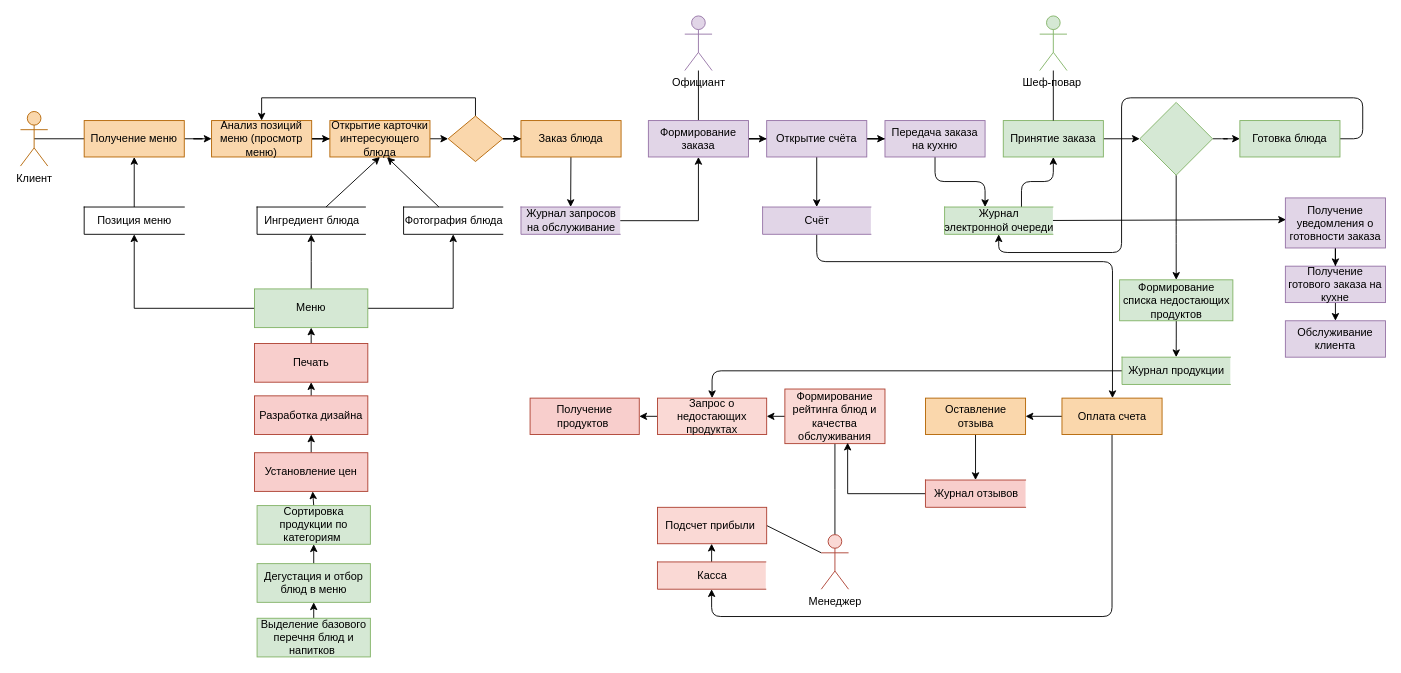
Earlier version of the draw.io diagram DFD-diagram.drawio (maria-kuchina262002/mypracticework). Source tidied: cells renumbered, new cells numbered last; positions are measured from the earlier drawing's top-left corner, leaving out a move shared by most shapes. Both pictures are drawn from the tidied source at 91%, with x=0, y=0 at pixel (20, 15).
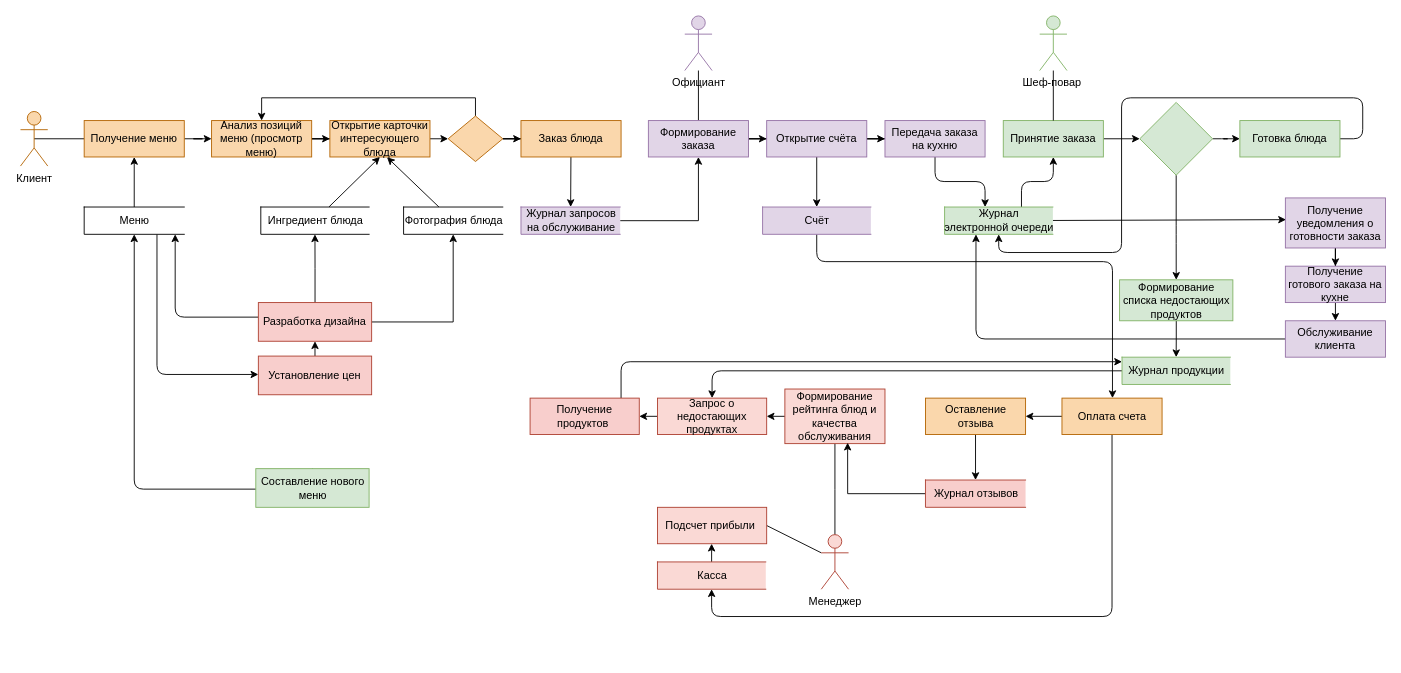
The same diagram, later.

Unchanged cells that the change refers to:
```xml
<mxCell id="30" value="Обслуживание клиента" style="rounded=0;whiteSpace=wrap;html=1;fillColor=#e1d5e7;strokeColor=#9673a6;" parent="1" vertex="1">
  <mxGeometry x="1390" y="335" width="110" height="40" as="geometry" />
</mxCell>
<mxCell id="44" value="&lt;span style=&quot;font-weight: normal&quot;&gt;Получение продуктов&amp;nbsp;&lt;/span&gt;" style="rounded=0;whiteSpace=wrap;html=1;fillColor=#f8cecc;strokeColor=#ae4132;fontStyle=1;" parent="1" vertex="1">
  <mxGeometry x="560" y="420" width="120" height="40" as="geometry" />
</mxCell>
<mxCell id="51" value="Фотография блюда" style="html=1;dashed=0;whitespace=wrap;shape=partialRectangle;right=0;" parent="1" vertex="1">
  <mxGeometry x="421" y="210" width="109" height="30" as="geometry" />
</mxCell>
<mxCell id="57" value="Журнал &lt;br&gt;электронной очереди" style="html=1;dashed=0;whitespace=wrap;shape=partialRectangle;right=0;fillColor=#d5e8d4;strokeColor=#82b366;" parent="1" vertex="1">
  <mxGeometry x="1015.5" y="210" width="119" height="30" as="geometry" />
</mxCell>
<mxCell id="68" value="Журнал продукции" style="html=1;dashed=0;whitespace=wrap;shape=partialRectangle;right=0;fillColor=#d5e8d4;strokeColor=#82b366;" parent="1" vertex="1">
  <mxGeometry x="1210.5" y="375" width="119" height="30" as="geometry" />
</mxCell>
```

Diff of the diagram source:
```diff
@@
+    <mxCell id="90" style="edgeStyle=orthogonalEdgeStyle;rounded=1;jettySize=auto;html=1;" parent="1" edge="1" source="30" target="57">
+      <mxGeometry relative="1" as="geometry">
+        <Array as="points">
+          <mxPoint x="1050" y="355" />
+        </Array>
+      </mxGeometry>
+    </mxCell>
@@
+    <mxCell id="91" style="edgeStyle=orthogonalEdgeStyle;rounded=1;jettySize=auto;html=1;" parent="1" edge="1" source="44" target="68">
+      <mxGeometry relative="1" as="geometry">
+        <Array as="points">
+          <mxPoint x="660" y="380" />
+        </Array>
+      </mxGeometry>
+    </mxCell>
@@
+    <mxCell id="92" style="edgeStyle=orthogonalEdgeStyle;rounded=1;jettySize=auto;html=1;" parent="1" edge="1" source="47" target="81">
+      <mxGeometry relative="1" as="geometry">
+        <Array as="points">
+          <mxPoint x="150" y="394" />
+        </Array>
+      </mxGeometry>
+    </mxCell>
-    <mxCell id="47" value="Позиция меню" style="html=1;dashed=0;whitespace=wrap;shape=partialRectangle;right=0;" parent="1" vertex="1">
+    <mxCell id="47" value="Меню" style="html=1;dashed=0;whitespace=wrap;shape=partialRectangle;right=0;" parent="1" vertex="1">
       <mxGeometry x="70" y="210" width="110" height="30" as="geometry" />
     </mxCell>
@@
     <mxCell id="49" value="Ингредиент блюда" style="html=1;dashed=0;whitespace=wrap;shape=partialRectangle;right=0;" parent="1" vertex="1">
-      <mxGeometry x="260" y="210" width="119" height="30" as="geometry" />
+      <mxGeometry x="264.1" y="210" width="119" height="30" as="geometry" />
     </mxCell>
@@
-    <mxCell id="71" style="edgeStyle=orthogonalEdgeStyle;rounded=0;jettySize=auto;html=1;startArrow=none;startFill=0;endArrow=classic;endFill=1;" parent="1" edge="1" source="74" target="49">
+    <mxCell id="71" style="edgeStyle=orthogonalEdgeStyle;rounded=0;jettySize=auto;html=1;startArrow=none;startFill=0;endArrow=classic;endFill=1;" parent="1" edge="1" source="87" target="49">
       <mxGeometry relative="1" as="geometry" />
     </mxCell>
-    <mxCell id="72" style="edgeStyle=orthogonalEdgeStyle;rounded=0;jettySize=auto;html=1;entryX=0.5;entryY=1;entryDx=0;entryDy=0;startArrow=none;startFill=0;endArrow=classic;endFill=1;" parent="1" edge="1" source="74" target="47">
-      <mxGeometry relative="1" as="geometry" />
+    <mxCell id="72" style="edgeStyle=orthogonalEdgeStyle;rounded=1;jettySize=auto;html=1;startArrow=none;startFill=0;endArrow=classic;endFill=1;" parent="1" edge="1" source="87" target="47">
+      <mxGeometry relative="1" as="geometry">
+        <Array as="points">
+          <mxPoint x="170" y="331" />
+        </Array>
+      </mxGeometry>
     </mxCell>
-    <mxCell id="73" style="edgeStyle=orthogonalEdgeStyle;rounded=0;jettySize=auto;html=1;entryX=0.5;entryY=1;entryDx=0;entryDy=0;startArrow=none;startFill=0;endArrow=classic;endFill=1;" parent="1" edge="1" source="74" target="51">
+    <mxCell id="73" style="edgeStyle=orthogonalEdgeStyle;rounded=0;jettySize=auto;html=1;entryX=0.5;entryY=1;entryDx=0;entryDy=0;startArrow=none;startFill=0;endArrow=classic;endFill=1;" parent="1" edge="1" source="87" target="51">
       <mxGeometry relative="1" as="geometry" />
     </mxCell>
-    <mxCell id="74" value="Меню" style="rounded=0;whiteSpace=wrap;html=1;fillColor=#d5e8d4;strokeColor=#82b366;" parent="1" vertex="1">
-      <mxGeometry x="257.2" y="300" width="124.5" height="42.5" as="geometry" />
-    </mxCell>
@@
-    <mxCell id="78" style="edgeStyle=none;rounded=1;jettySize=auto;html=1;exitX=0.5;exitY=0;exitDx=0;exitDy=0;entryX=0.5;entryY=1;entryDx=0;entryDy=0;" parent="1" edge="1" source="79" target="83">
-      <mxGeometry relative="1" as="geometry" />
-    </mxCell>
-    <mxCell id="79" value="Дегустация и отбор блюд в меню" style="rounded=0;whiteSpace=wrap;html=1;fillColor=#d5e8d4;strokeColor=#82b366;" parent="1" vertex="1">
-      <mxGeometry x="260" y="601.9" width="124.5" height="42.5" as="geometry" />
-    </mxCell>
@@
     <mxCell id="81" value="Установление цен" style="rounded=0;whiteSpace=wrap;html=1;fillColor=#f8cecc;strokeColor=#ae4132;" parent="1" vertex="1">
-      <mxGeometry x="257.2" y="480" width="124.5" height="42.5" as="geometry" />
+      <mxGeometry x="261.4" y="373.8" width="124.5" height="42.5" as="geometry" />
     </mxCell>
-    <mxCell id="82" style="edgeStyle=none;rounded=1;jettySize=auto;html=1;exitX=0.5;exitY=0;exitDx=0;exitDy=0;" parent="1" edge="1" source="83" target="81">
-      <mxGeometry relative="1" as="geometry" />
+    <mxCell id="82" style="edgeStyle=orthogonalEdgeStyle;rounded=1;jettySize=auto;html=1;exitX=0.5;exitY=0;exitDx=0;exitDy=0;" parent="1" edge="1" source="83" target="47">
+      <mxGeometry relative="1" as="geometry">
+        <Array as="points">
+          <mxPoint x="321" y="520" />
+          <mxPoint x="125" y="520" />
+        </Array>
+      </mxGeometry>
     </mxCell>
-    <mxCell id="83" value="Сортировка продукции по категориям&amp;nbsp;" style="rounded=0;whiteSpace=wrap;html=1;fillColor=#d5e8d4;strokeColor=#82b366;" parent="1" vertex="1">
-      <mxGeometry x="260" y="538.1" width="124.5" height="42.5" as="geometry" />
+    <mxCell id="83" value="Составление нового меню" style="rounded=0;whiteSpace=wrap;html=1;fillColor=#d5e8d4;strokeColor=#82b366;" parent="1" vertex="1">
+      <mxGeometry x="258.6" y="497.5" width="124.5" height="42.5" as="geometry" />
     </mxCell>
-    <mxCell id="84" style="edgeStyle=none;rounded=1;jettySize=auto;html=1;exitX=0.5;exitY=0;exitDx=0;exitDy=0;" parent="1" edge="1" source="85" target="79">
-      <mxGeometry relative="1" as="geometry" />
-    </mxCell>
-    <mxCell id="85" value="Выделение базового перечня блюд и напитков&amp;nbsp;" style="rounded=0;whiteSpace=wrap;html=1;fillColor=#d5e8d4;strokeColor=#82b366;" parent="1" vertex="1">
-      <mxGeometry x="260" y="661.9" width="124.5" height="42.5" as="geometry" />
-    </mxCell>
-    <mxCell id="86" style="edgeStyle=none;rounded=1;jettySize=auto;html=1;exitX=0.5;exitY=0;exitDx=0;exitDy=0;" parent="1" edge="1" source="87" target="89">
-      <mxGeometry relative="1" as="geometry" />
-    </mxCell>
     <mxCell id="87" value="Разработка дизайна" style="rounded=0;whiteSpace=wrap;html=1;fillColor=#f8cecc;strokeColor=#ae4132;" parent="1" vertex="1">
-      <mxGeometry x="257.2" y="417.5" width="124.5" height="42.5" as="geometry" />
+      <mxGeometry x="261.4" y="315" width="124.5" height="42.5" as="geometry" />
     </mxCell>
-    <mxCell id="88" style="edgeStyle=none;rounded=1;jettySize=auto;html=1;exitX=0.5;exitY=0;exitDx=0;exitDy=0;" parent="1" edge="1" source="89" target="74">
-      <mxGeometry relative="1" as="geometry" />
-    </mxCell>
-    <mxCell id="89" value="Печать" style="rounded=0;whiteSpace=wrap;html=1;fillColor=#f8cecc;strokeColor=#ae4132;" parent="1" vertex="1">
-      <mxGeometry x="257.2" y="360" width="124.5" height="42.5" as="geometry" />
-    </mxCell>
```
